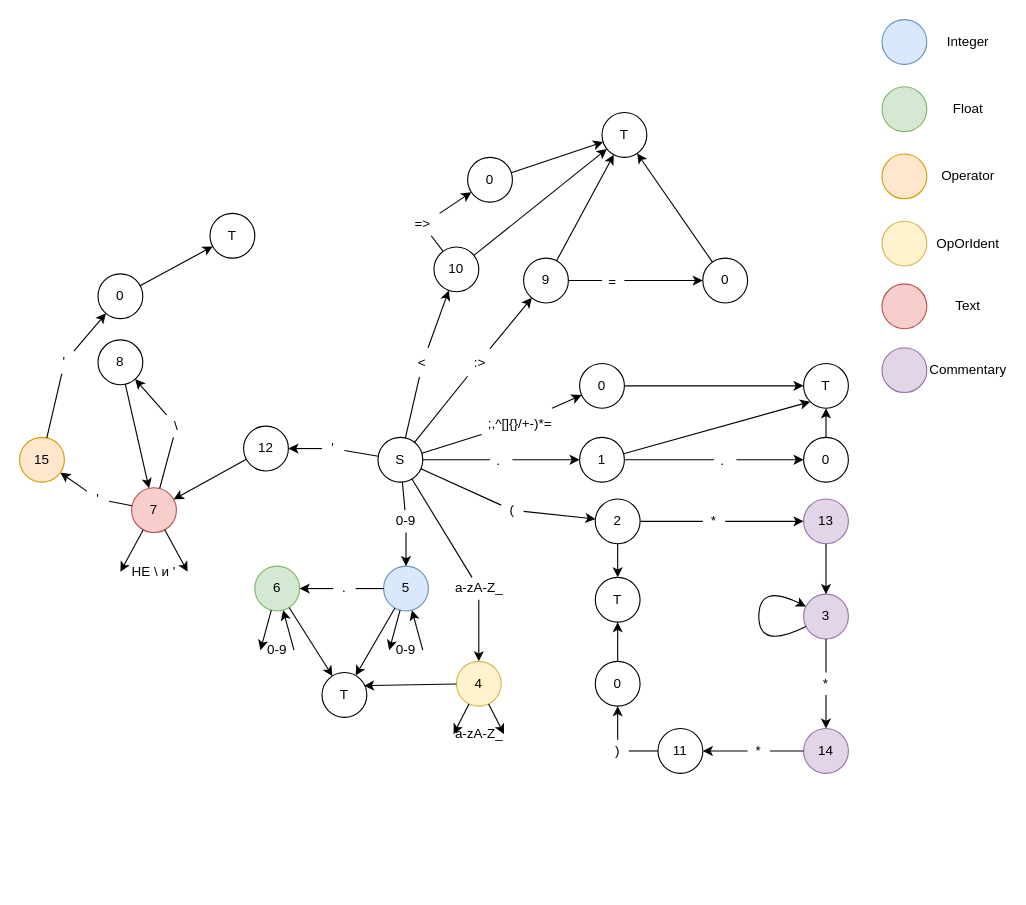
Before: PascalCompiler/LEXER_FSM.drawio in XJIE6yIIIEK/PascalCompiler, a draw.io diagram. Source tidied: cells renumbered, new cells numbered last; positions are measured from the earlier drawing's top-left corner, leaving out a move shared by most shapes. Both pictures are drawn from the tidied source at 112%, with x=0, y=0 at pixel (19, 19).
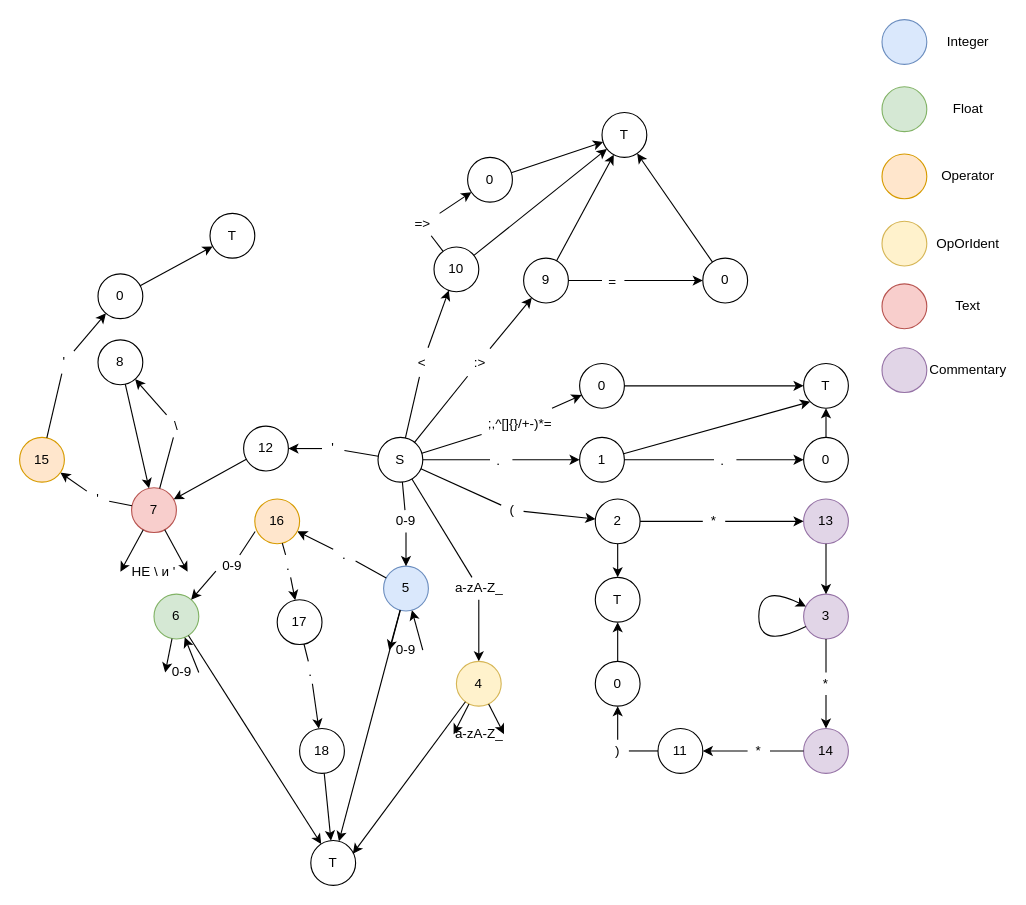
The same page after the edit.

Diff of the diagram source:
```diff
@@
     <mxCell id="54" value="6" style="ellipse;whiteSpace=wrap;html=1;fillColor=#d5e8d4;strokeColor=#82b366;" parent="1" vertex="1">
-      <mxGeometry x="210" y="488" width="40" height="40" as="geometry" />
+      <mxGeometry x="120" y="513" width="40" height="40" as="geometry" />
     </mxCell>
-    <mxCell id="55" style="endArrow=classic;html=1;startArrow=none;" parent="1" edge="1" source="56" target="54">
+    <mxCell id="55" style="endArrow=classic;html=1;startArrow=none;" parent="1" edge="1" source="56" target="127">
       <mxGeometry relative="1" as="geometry" />
     </mxCell>
     <mxCell id="56" value="." style="text;html=1;strokeColor=none;fillColor=none;align=center;verticalAlign=middle;whiteSpace=wrap;rounded=0;" parent="1" vertex="1">
-      <mxGeometry x="280" y="498" width="20" height="20" as="geometry" />
+      <mxGeometry x="280" y="468" width="20" height="20" as="geometry" />
     </mxCell>
@@
     <mxCell id="61" value="0-9" style="text;html=1;strokeColor=none;fillColor=none;align=center;verticalAlign=middle;whiteSpace=wrap;rounded=0;" parent="1" vertex="1">
-      <mxGeometry x="215" y="553" width="30" height="20" as="geometry" />
+      <mxGeometry x="130" y="573" width="30" height="20" as="geometry" />
     </mxCell>
@@
     <mxCell id="66" value="T" style="ellipse;whiteSpace=wrap;html=1;" parent="1" vertex="1">
-      <mxGeometry x="270" y="583" width="40" height="40" as="geometry" />
+      <mxGeometry x="260" y="733" width="40" height="40" as="geometry" />
     </mxCell>
@@
+    <mxCell id="127" value="16" style="ellipse;whiteSpace=wrap;html=1;fillColor=#ffe6cc;strokeColor=#d79b00;" parent="1" vertex="1">
+      <mxGeometry x="210" y="428" width="40" height="40" as="geometry" />
+    </mxCell>
+    <mxCell id="128" style="endArrow=classic;html=1;exitX=0.008;exitY=0.725;exitDx=0;exitDy=0;exitPerimeter=0;startArrow=none;" parent="1" edge="1" source="129" target="54">
+      <mxGeometry relative="1" as="geometry" />
+    </mxCell>
+    <mxCell id="129" value="0-9" style="text;html=1;strokeColor=none;fillColor=none;align=center;verticalAlign=middle;whiteSpace=wrap;rounded=0;" parent="1" vertex="1">
+      <mxGeometry x="175" y="478" width="30" height="20" as="geometry" />
+    </mxCell>
+    <mxCell id="130" style="endArrow=none;html=1;exitX=0.008;exitY=0.725;exitDx=0;exitDy=0;exitPerimeter=0;" parent="1" edge="1" source="127" target="129">
+      <mxGeometry relative="1" as="geometry" />
+    </mxCell>
+    <mxCell id="131" style="endArrow=classic;html=1;startArrow=none;" parent="1" edge="1" source="132" target="134">
+      <mxGeometry relative="1" as="geometry" />
+    </mxCell>
+    <mxCell id="132" value="." style="text;html=1;strokeColor=none;fillColor=none;align=center;verticalAlign=middle;whiteSpace=wrap;rounded=0;" parent="1" vertex="1">
+      <mxGeometry x="230" y="478" width="20" height="20" as="geometry" />
+    </mxCell>
+    <mxCell id="133" style="endArrow=none;html=1;" parent="1" edge="1" source="127" target="132">
+      <mxGeometry relative="1" as="geometry" />
+    </mxCell>
+    <mxCell id="134" value="17" style="ellipse;whiteSpace=wrap;html=1;" parent="1" vertex="1">
+      <mxGeometry x="230" y="518" width="40" height="40" as="geometry" />
+    </mxCell>
+    <mxCell id="135" style="endArrow=classic;html=1;startArrow=none;" parent="1" edge="1" source="136" target="138">
+      <mxGeometry relative="1" as="geometry" />
+    </mxCell>
+    <mxCell id="136" value="." style="text;html=1;strokeColor=none;fillColor=none;align=center;verticalAlign=middle;whiteSpace=wrap;rounded=0;" parent="1" vertex="1">
+      <mxGeometry x="250" y="573" width="20" height="20" as="geometry" />
+    </mxCell>
+    <mxCell id="137" style="endArrow=none;html=1;" parent="1" edge="1" source="134" target="136">
+      <mxGeometry relative="1" as="geometry" />
+    </mxCell>
+    <mxCell id="138" value="18" style="ellipse;whiteSpace=wrap;html=1;" parent="1" vertex="1">
+      <mxGeometry x="250" y="633" width="40" height="40" as="geometry" />
+    </mxCell>
+    <mxCell id="139" style="endArrow=classic;html=1;" parent="1" edge="1" source="138" target="66">
+      <mxGeometry relative="1" as="geometry" />
+    </mxCell>
```
